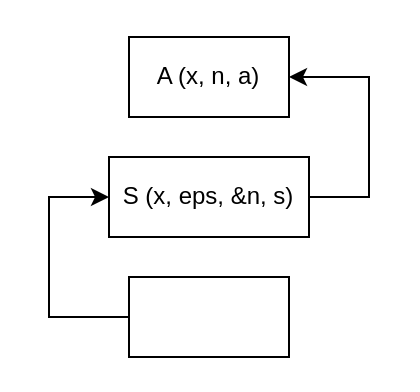
Above: структурна схема 5.2.drawio in KaterynaPele/lab5.2 (draw.io), before the change. Source tidied: cells renumbered, new cells numbered last; positions are measured from the earlier drawing's top-left corner, leaving out a move shared by most shapes. Both pictures are drawn from the tidied source at 200%, with x=0, y=0 at pixel (48, 36).
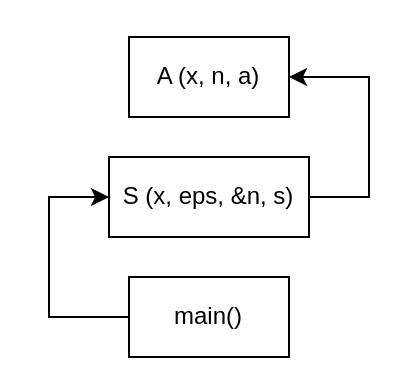
After the change.

Change to the diagram source:
```diff
@@
 <mxGraphModel>
   <root>
     <mxCell id="0" />
     <mxCell id="1" parent="0" />
     <mxCell id="2" value="&lt;br&gt;&lt;div align=&quot;justify&quot;&gt;A (x, n, a)&lt;br&gt;&lt;br&gt;&lt;/div&gt;" style="rounded=0;whiteSpace=wrap;html=1;" parent="1" vertex="1">
       <mxGeometry x="40" width="80" height="40" as="geometry" />
     </mxCell>
     <mxCell id="3" style="edgeStyle=orthogonalEdgeStyle;rounded=0;jettySize=auto;html=1;entryX=1;entryY=0.5;entryDx=0;entryDy=0;" parent="1" edge="1" source="4" target="2">
       <mxGeometry relative="1" as="geometry">
         <Array as="points">
           <mxPoint x="160" y="80" />
           <mxPoint x="160" y="20" />
         </Array>
       </mxGeometry>
     </mxCell>
     <mxCell id="4" value="&lt;br&gt;&lt;br&gt;&lt;div align=&quot;justify&quot;&gt;&lt;div align=&quot;justify&quot;&gt;S (x, eps, &amp;amp;n, s)&lt;br&gt;&lt;/div&gt;&lt;br&gt;&lt;/div&gt;&lt;div&gt;&lt;br/&gt;&lt;/div&gt;" style="rounded=0;whiteSpace=wrap;html=1;" parent="1" vertex="1">
       <mxGeometry x="30" y="60" width="100" height="40" as="geometry" />
     </mxCell>
     <mxCell id="5" style="edgeStyle=orthogonalEdgeStyle;rounded=0;jettySize=auto;html=1;entryX=0;entryY=0.5;entryDx=0;entryDy=0;" parent="1" edge="1" source="6" target="4">
       <mxGeometry relative="1" as="geometry">
         <Array as="points">
           <mxPoint y="140" />
           <mxPoint y="80" />
         </Array>
       </mxGeometry>
     </mxCell>
-    <mxCell id="6" style="rounded=0;whiteSpace=wrap;html=1;" parent="1" vertex="1">
+    <mxCell id="6" value="main()" style="rounded=0;whiteSpace=wrap;html=1;" parent="1" vertex="1">
       <mxGeometry x="40" y="120" width="80" height="40" as="geometry" />
     </mxCell>
   </root>
 </mxGraphModel>
```
